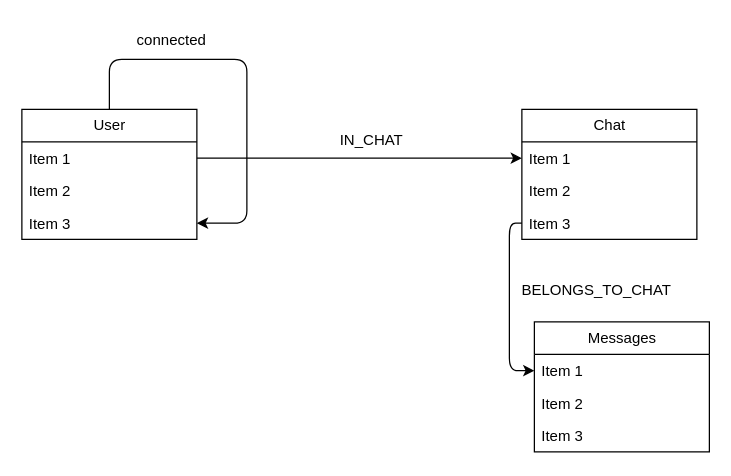
Before: db.drawio in Matt-Eva/connect-express-typescript, a draw.io diagram. Source tidied: cells renumbered, new cells numbered last; positions are measured from the earlier drawing's top-left corner, leaving out a move shared by most shapes. Both pictures are drawn from the tidied source at 125%, with x=0, y=0 at pixel (21, 21).
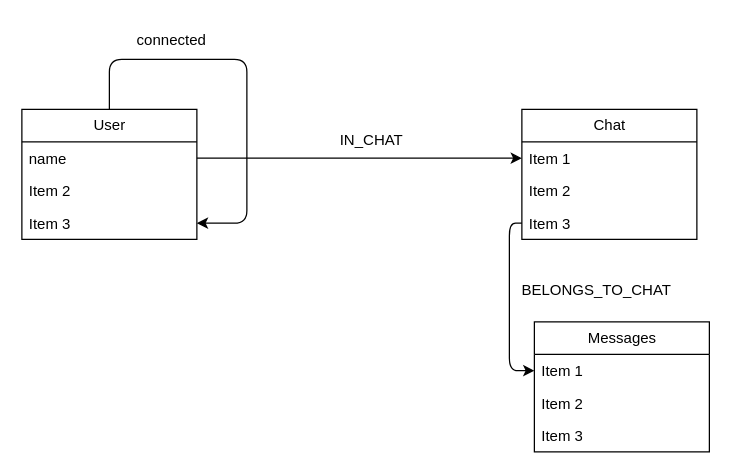
The same diagram, later.

The change refers to these unchanged cells:
```xml
<mxCell id="2" value="User" style="swimlane;fontStyle=0;horizontal=1;startSize=26;fillColor=none;html=1;" parent="1" vertex="1">
  <mxGeometry y="70" width="140" height="104" as="geometry" />
</mxCell>
```

What changed in the source:
```diff
@@
-    <mxCell id="3" value="Item 1" style="text;strokeColor=none;fillColor=none;align=left;verticalAlign=top;spacingLeft=4;spacingRight=4;overflow=hidden;points=[[0,0.5],[1,0.5]];portConstraint=eastwest;whiteSpace=wrap;html=1;" parent="2" vertex="1">
+    <mxCell id="3" value="name" style="text;strokeColor=none;fillColor=none;align=left;verticalAlign=top;spacingLeft=4;spacingRight=4;overflow=hidden;points=[[0,0.5],[1,0.5]];portConstraint=eastwest;whiteSpace=wrap;html=1;" parent="2" vertex="1">
       <mxGeometry y="26" width="140" height="26" as="geometry" />
     </mxCell>
```
